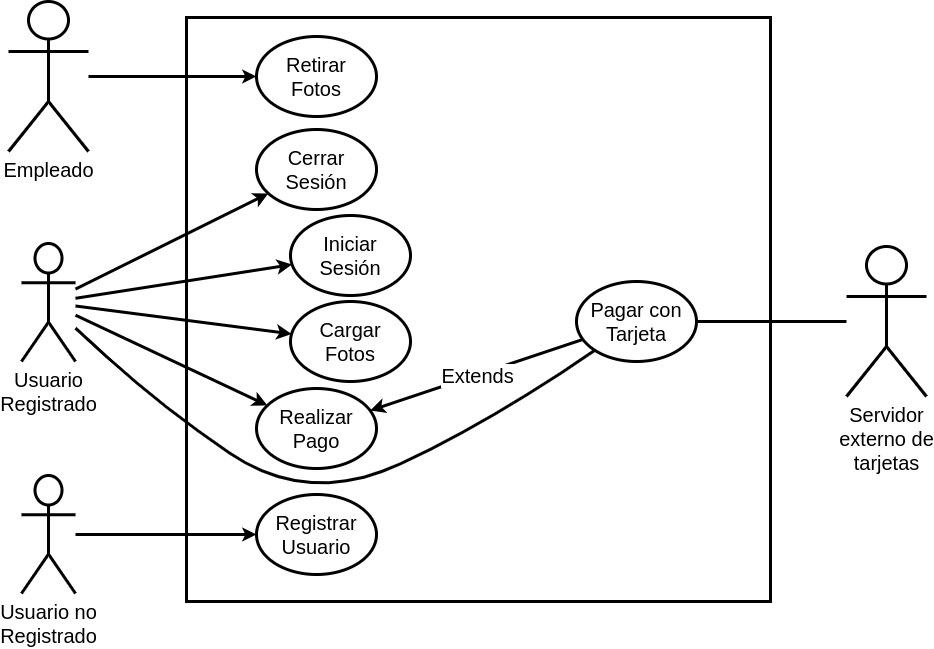
c97Ernesto/IngenieriaSoftware1 keeps this draw.io diagram as Practica/Practica3-CU/drawios/ejercicio05_P3.drawio.png. Above is the earlier version. Source tidied: cells renumbered, new cells last; positions are measured from the earlier drawing's top-left corner, leaving out a move shared by most shapes.
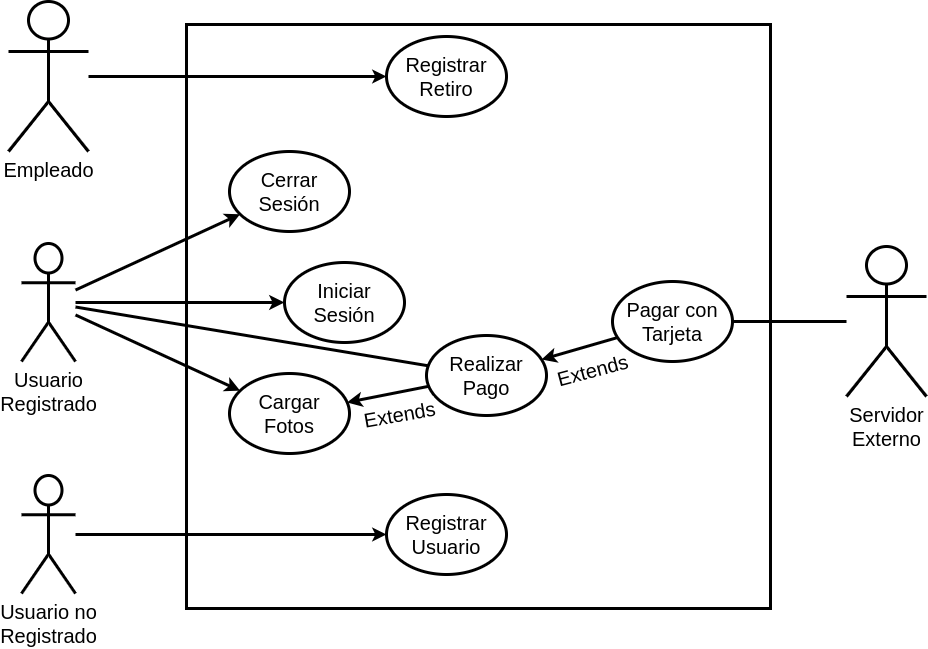
After the commit.

Change to the diagram source:
```diff
@@ -8,26 +8,26 @@
     <mxCell id="3" value="Usuario no&lt;br&gt;Registrado" style="shape=umlActor;verticalLabelPosition=bottom;verticalAlign=top;html=1;outlineConnect=0;fontSize=20;strokeWidth=3;" parent="1" vertex="1">
       <mxGeometry x="13" y="474" width="54" height="118" as="geometry" />
     </mxCell>
-    <mxCell id="4" value="Servidor&lt;br&gt;externo de&lt;br&gt;tarjetas" style="shape=umlActor;verticalLabelPosition=bottom;verticalAlign=top;html=1;outlineConnect=0;fontSize=20;strokeWidth=3;" parent="1" vertex="1">
+    <mxCell id="4" value="Servidor&lt;br&gt;Externo" style="shape=umlActor;verticalLabelPosition=bottom;verticalAlign=top;html=1;outlineConnect=0;fontSize=20;strokeWidth=3;" parent="1" vertex="1">
       <mxGeometry x="838" y="245" width="80" height="150" as="geometry" />
     </mxCell>
     <mxCell id="5" style="whiteSpace=wrap;html=1;fontSize=20;strokeWidth=3;" parent="1" vertex="1">
-      <mxGeometry x="178" y="16" width="584" height="584" as="geometry" />
+      <mxGeometry x="178" y="23" width="584" height="584" as="geometry" />
     </mxCell>
     <mxCell id="6" value="Cerrar Sesión" style="ellipse;whiteSpace=wrap;html=1;fontSize=20;strokeWidth=3;" parent="1" vertex="1">
-      <mxGeometry x="248" y="128" width="120" height="80" as="geometry" />
+      <mxGeometry x="221" y="150" width="120" height="80" as="geometry" />
     </mxCell>
     <mxCell id="7" value="Iniciar Sesión" style="ellipse;whiteSpace=wrap;html=1;fontSize=20;strokeWidth=3;" parent="1" vertex="1">
-      <mxGeometry x="282" y="214" width="120" height="80" as="geometry" />
+      <mxGeometry x="276" y="261" width="120" height="80" as="geometry" />
     </mxCell>
     <mxCell id="8" value="Registrar Usuario" style="ellipse;whiteSpace=wrap;html=1;fontSize=20;strokeWidth=3;" parent="1" vertex="1">
-      <mxGeometry x="248" y="493" width="120" height="80" as="geometry" />
+      <mxGeometry x="378" y="493" width="120" height="80" as="geometry" />
     </mxCell>
-    <mxCell id="9" value="Retirar&lt;br&gt;Fotos" style="ellipse;whiteSpace=wrap;html=1;fontSize=20;strokeWidth=3;" parent="1" vertex="1">
-      <mxGeometry x="248" y="35" width="120" height="80" as="geometry" />
+    <mxCell id="9" value="Registrar Retiro" style="ellipse;whiteSpace=wrap;html=1;fontSize=20;strokeWidth=3;" parent="1" vertex="1">
+      <mxGeometry x="378" y="35" width="120" height="80" as="geometry" />
     </mxCell>
     <mxCell id="10" value="Pagar con Tarjeta" style="ellipse;whiteSpace=wrap;html=1;fontSize=20;strokeWidth=3;" parent="1" vertex="1">
-      <mxGeometry x="568" y="280" width="120" height="80" as="geometry" />
+      <mxGeometry x="604" y="280" width="120" height="80" as="geometry" />
     </mxCell>
     <mxCell id="11" style="endArrow=classic;html=1;rounded=0;fontSize=20;endSize=5;strokeWidth=3;" parent="1" edge="1" source="3" target="8">
       <mxGeometry relative="1" as="geometry" />
@@ -38,11 +38,13 @@
     <mxCell id="13" style="endArrow=none;html=1;rounded=0;fontSize=20;strokeWidth=3;" parent="1" edge="1" source="10" target="4">
       <mxGeometry relative="1" as="geometry" />
     </mxCell>
-    <mxCell id="14" style="endArrow=classic;html=1;rounded=0;fontSize=20;strokeWidth=3;" parent="1" edge="1" source="10" target="22">
+    <mxCell id="14" style="endArrow=classic;html=1;rounded=0;fontSize=20;strokeWidth=3;labelPosition=center;verticalLabelPosition=bottom;align=center;verticalAlign=top;" parent="1" edge="1" source="10" target="22">
       <mxGeometry relative="1" as="geometry" />
     </mxCell>
-    <mxCell id="15" value="Extends" style="edgeLabel;html=1;align=center;verticalAlign=middle;fontSize=20;" parent="14" vertex="1">
-      <mxGeometry relative="1" as="geometry" />
+    <mxCell id="15" value="Extends" style="edgeLabel;html=1;align=center;verticalAlign=top;fontSize=20;labelPosition=center;verticalLabelPosition=middle;rotation=345;" parent="14" vertex="1">
+      <mxGeometry relative="1" as="geometry">
+        <mxPoint x="8" y="4" as="offset" />
+      </mxGeometry>
     </mxCell>
     <mxCell id="16" value="Usuario &lt;br&gt;Registrado" style="shape=umlActor;verticalLabelPosition=bottom;verticalAlign=top;html=1;outlineConnect=0;fontSize=20;strokeWidth=3;" parent="1" vertex="1">
       <mxGeometry x="13" y="242" width="54" height="118" as="geometry" />
@@ -54,24 +56,23 @@
       <mxGeometry relative="1" as="geometry" />
     </mxCell>
     <mxCell id="19" value="Cargar &lt;br&gt;Fotos" style="ellipse;whiteSpace=wrap;html=1;fontSize=20;strokeWidth=3;" parent="1" vertex="1">
-      <mxGeometry x="282" y="300" width="120" height="80" as="geometry" />
+      <mxGeometry x="221" y="372" width="120" height="80" as="geometry" />
     </mxCell>
     <mxCell id="20" style="endArrow=classic;html=1;rounded=0;fontSize=20;strokeWidth=3;" parent="1" edge="1" source="16" target="19">
       <mxGeometry relative="1" as="geometry" />
     </mxCell>
-    <mxCell id="21" style="curved=1;endArrow=none;html=1;rounded=0;strokeWidth=3;strokeColor=default;endFill=0;" parent="1" edge="1" source="16" target="10">
-      <mxGeometry relative="1" as="geometry">
-        <Array as="points">
-          <mxPoint x="142" y="398" />
-          <mxPoint x="300" y="505" />
-          <mxPoint x="483" y="420" />
-        </Array>
-      </mxGeometry>
-    </mxCell>
     <mxCell id="22" value="Realizar Pago" style="ellipse;whiteSpace=wrap;html=1;fontSize=20;strokeWidth=3;" parent="1" vertex="1">
-      <mxGeometry x="248" y="387" width="120" height="80" as="geometry" />
+      <mxGeometry x="418" y="334" width="120" height="80" as="geometry" />
     </mxCell>
+    <mxCell id="24" style="endArrow=classic;html=1;rounded=0;fontSize=20;strokeWidth=3;" parent="1" edge="1" source="22" target="19">
+      <mxGeometry relative="1" as="geometry" />
+    </mxCell>
+    <mxCell id="25" value="Extends" style="edgeLabel;html=1;align=center;verticalAlign=top;fontSize=20;labelPosition=center;verticalLabelPosition=middle;rotation=350;" parent="24" vertex="1">
+      <mxGeometry relative="1" as="geometry">
+        <mxPoint x="8" y="2" as="offset" />
+      </mxGeometry>
+    </mxCell>
-    <mxCell id="23" style="endArrow=classic;html=1;rounded=0;fontSize=20;strokeWidth=3;" parent="1" edge="1" source="16" target="22">
+    <mxCell id="23" style="endArrow=none;html=1;rounded=0;fontSize=20;strokeWidth=3;" parent="1" edge="1" source="16" target="22">
       <mxGeometry relative="1" as="geometry" />
     </mxCell>
   </root>
```
